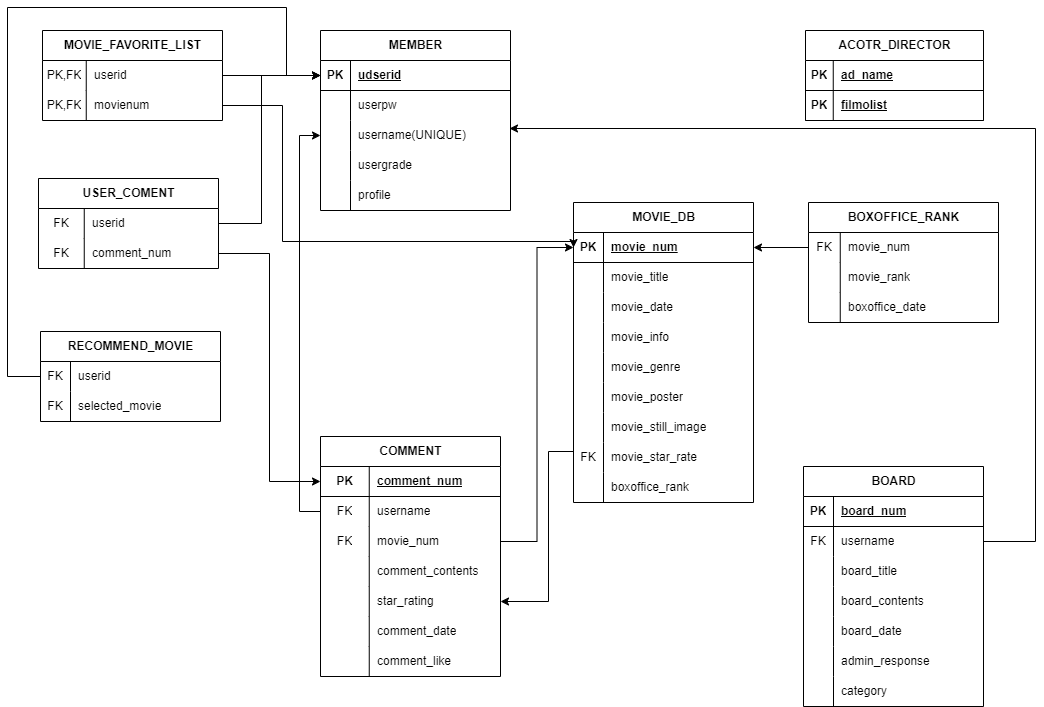
The draw.io diagram document/DB/24.09.30_project_DB.drawio.png in sw2park/ReviewFinder, before a commit. Source tidied: cells renumbered, new cells last; positions are measured from the earlier drawing's top-left corner, leaving out a move shared by most shapes.
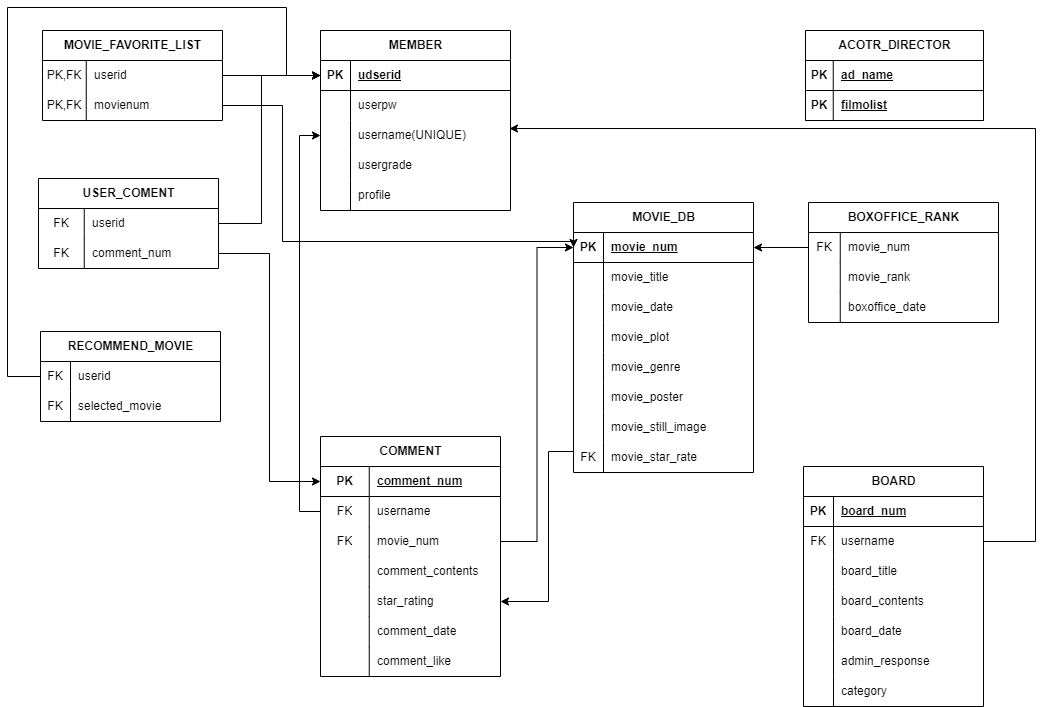
After the change.

Diff of the diagram source:
```diff
@@ -3,7 +3,7 @@
     <mxCell id="0" />
     <mxCell id="1" parent="0" />
     <mxCell id="2" value="MOVIE_DB" style="shape=table;startSize=30;rowLines=0;fontStyle=1;align=center;html=1;" parent="1" vertex="1">
-      <mxGeometry x="566" y="195" width="180" height="300" as="geometry" />
+      <mxGeometry x="566" y="195" width="180" height="270" as="geometry" />
     </mxCell>
     <mxCell id="3" style="shape=tableRow;horizontal=0;startSize=0;swimlaneHead=0;swimlaneBody=0;fillColor=none;points=[[0,0.5],[1,0.5]];portConstraint=eastwest;top=0;left=0;right=0;bottom=1;" parent="2" vertex="1">
       <mxGeometry y="30" width="180" height="30" as="geometry" />
@@ -38,7 +38,7 @@
     <mxCell id="13" style="shape=partialRectangle;fillColor=none;top=0;left=0;bottom=0;right=0;overflow=hidden;whiteSpace=wrap;html=1;" parent="12" vertex="1">
       <mxGeometry width="30" height="30" as="geometry" />
     </mxCell>
-    <mxCell id="14" value="movie_info" style="shape=partialRectangle;fillColor=none;top=0;left=0;bottom=0;right=0;align=left;spacingLeft=6;overflow=hidden;whiteSpace=wrap;html=1;" parent="12" vertex="1">
+    <mxCell id="14" value="movie_plot" style="shape=partialRectangle;fillColor=none;top=0;left=0;bottom=0;right=0;align=left;spacingLeft=6;overflow=hidden;whiteSpace=wrap;html=1;" parent="12" vertex="1">
       <mxGeometry x="30" width="150" height="30" as="geometry" />
     </mxCell>
     <mxCell id="15" style="shape=tableRow;horizontal=0;startSize=0;swimlaneHead=0;swimlaneBody=0;fillColor=none;top=0;left=0;right=0;bottom=0;" parent="2" vertex="1">
@@ -77,15 +77,6 @@
     <mxCell id="26" value="movie_star_rate" style="shape=partialRectangle;fillColor=none;top=0;left=0;bottom=0;right=0;align=left;spacingLeft=6;overflow=hidden;whiteSpace=wrap;html=1;" parent="24" vertex="1">
       <mxGeometry x="30" width="150" height="30" as="geometry" />
     </mxCell>
-    <mxCell id="27" style="shape=tableRow;horizontal=0;startSize=0;swimlaneHead=0;swimlaneBody=0;fillColor=none;top=0;left=0;right=0;bottom=0;" parent="2" vertex="1">
-      <mxGeometry y="270" width="180" height="30" as="geometry" />
-    </mxCell>
-    <mxCell id="28" style="shape=partialRectangle;fillColor=none;top=0;left=0;bottom=0;right=0;overflow=hidden;whiteSpace=wrap;html=1;" parent="27" vertex="1">
-      <mxGeometry width="30" height="30" as="geometry" />
-    </mxCell>
-    <mxCell id="29" value="boxoffice_rank" style="shape=partialRectangle;fillColor=none;top=0;left=0;bottom=0;right=0;align=left;spacingLeft=6;overflow=hidden;whiteSpace=wrap;html=1;" parent="27" vertex="1">
-      <mxGeometry x="30" width="150" height="30" as="geometry" />
-    </mxCell>
     <mxCell id="30" value="MEMBER" style="shape=table;startSize=30;rowLines=0;fontStyle=1;align=center;html=1;" parent="1" vertex="1">
       <mxGeometry x="313" y="23" width="190" height="180" as="geometry" />
     </mxCell>
```
